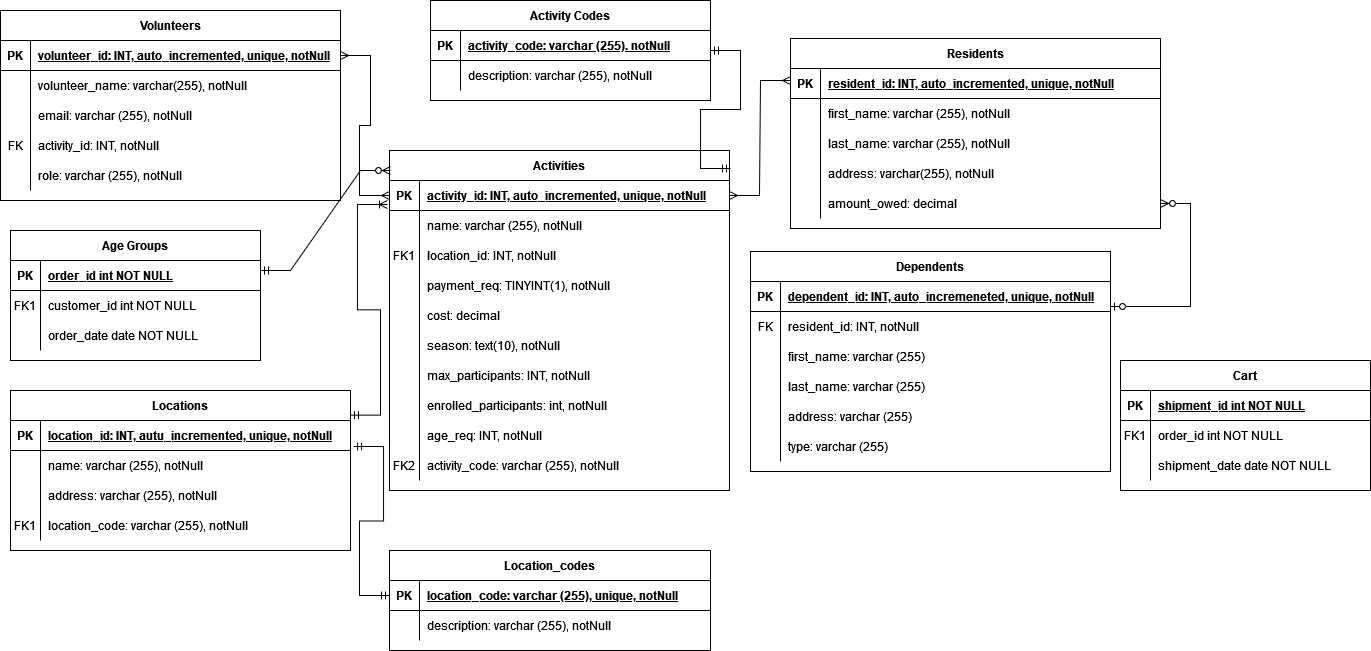
arse0039/340_db keeps this draw.io diagram as 340.drawio.png. Above is the earlier version. Source tidied: cells renumbered, new cells last; positions are measured from the earlier drawing's top-left corner, leaving out a move shared by most shapes.
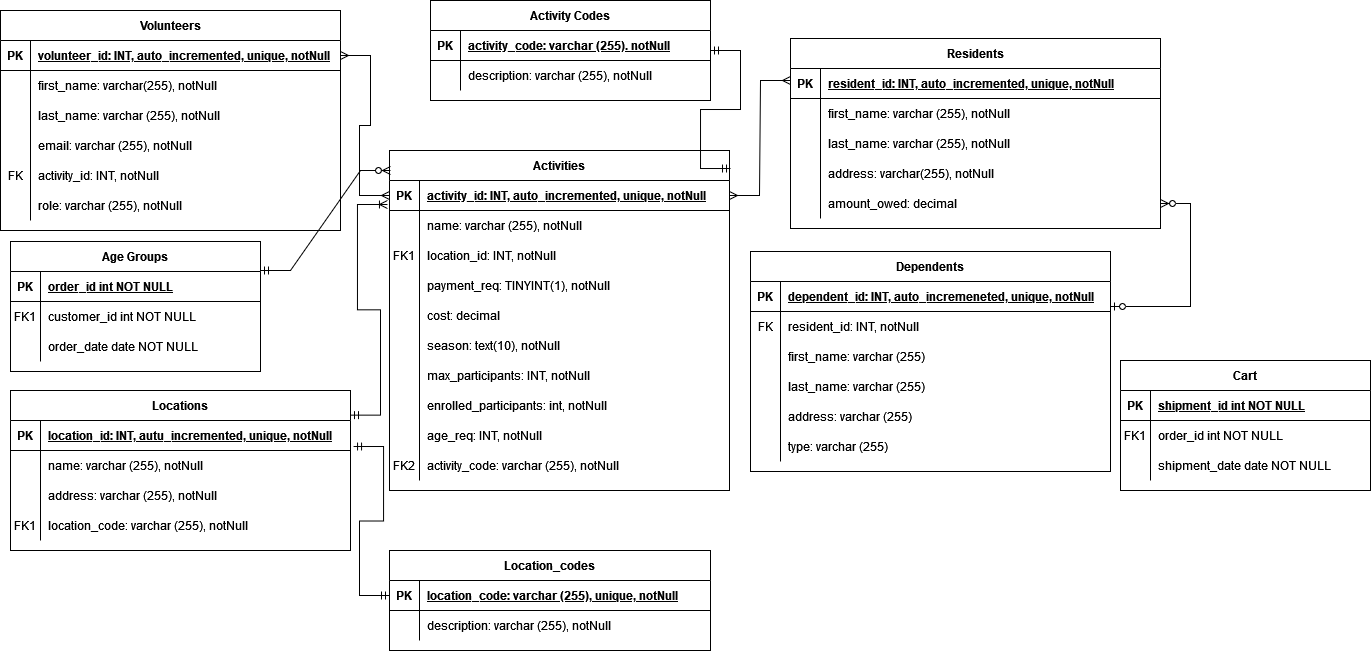
The same diagram one commit later.

Change to the diagram source:
```diff
@@ -42,7 +42,7 @@
       <mxGeometry x="30" width="310" height="30" as="geometry" />
     </mxCell>
     <mxCell id="15" value="Volunteers" style="shape=table;startSize=30;rowLines=0;fontStyle=1;align=center;" parent="1" vertex="1">
-      <mxGeometry y="10" width="340" height="190" as="geometry" />
+      <mxGeometry y="10" width="340" height="220" as="geometry" />
     </mxCell>
     <mxCell id="16" style="shape=partialRectangle;fillColor=none;points=[[0,0.5],[1,0.5]];portConstraint=eastwest;top=0;left=0;right=0;bottom=1;" parent="15" vertex="1">
       <mxGeometry y="30" width="340" height="30" as="geometry" />
@@ -59,11 +59,20 @@
     <mxCell id="20" style="shape=partialRectangle;overflow=hidden;fillColor=none;top=0;left=0;bottom=0;right=0;" parent="19" vertex="1">
       <mxGeometry width="30" height="30" as="geometry" />
     </mxCell>
-    <mxCell id="21" value="volunteer_name: varchar(255), notNull" style="shape=partialRectangle;overflow=hidden;fillColor=none;top=0;left=0;bottom=0;right=0;align=left;spacingLeft=6;" parent="19" vertex="1">
+    <mxCell id="21" value="first_name: varchar(255), notNull" style="shape=partialRectangle;overflow=hidden;fillColor=none;top=0;left=0;bottom=0;right=0;align=left;spacingLeft=6;" parent="19" vertex="1">
       <mxGeometry x="30" width="310" height="30" as="geometry" />
     </mxCell>
+    <mxCell id="138" style="shape=partialRectangle;fillColor=none;top=0;left=0;right=0;bottom=0;" parent="15" vertex="1">
+      <mxGeometry y="90" width="340" height="30" as="geometry" />
+    </mxCell>
+    <mxCell id="139" style="shape=partialRectangle;overflow=hidden;fillColor=none;top=0;left=0;bottom=0;right=0;" parent="138" vertex="1">
+      <mxGeometry width="30" height="30" as="geometry" />
+    </mxCell>
+    <mxCell id="140" value="last_name: varchar (255), notNull" style="shape=partialRectangle;overflow=hidden;fillColor=none;top=0;left=0;bottom=0;right=0;align=left;spacingLeft=6;" parent="138" vertex="1">
+      <mxGeometry x="30" width="310" height="30" as="geometry" />
+    </mxCell>
     <mxCell id="22" style="shape=partialRectangle;fillColor=none;top=0;left=0;right=0;bottom=0;" parent="15" vertex="1">
-      <mxGeometry y="90" width="340" height="30" as="geometry" />
+      <mxGeometry y="120" width="340" height="30" as="geometry" />
     </mxCell>
     <mxCell id="23" style="shape=partialRectangle;overflow=hidden;fillColor=none;top=0;left=0;bottom=0;right=0;" parent="22" vertex="1">
       <mxGeometry width="30" height="30" as="geometry" />
@@ -72,7 +81,7 @@
       <mxGeometry x="30" width="310" height="30" as="geometry" />
     </mxCell>
     <mxCell id="25" style="shape=partialRectangle;fillColor=none;top=0;left=0;right=0;bottom=0;" parent="15" vertex="1">
-      <mxGeometry y="120" width="340" height="30" as="geometry" />
+      <mxGeometry y="150" width="340" height="30" as="geometry" />
     </mxCell>
     <mxCell id="26" value="FK" style="shape=partialRectangle;overflow=hidden;fillColor=none;top=0;left=0;bottom=0;right=0;" parent="25" vertex="1">
       <mxGeometry width="30" height="30" as="geometry" />
@@ -81,7 +90,7 @@
       <mxGeometry x="30" width="310" height="30" as="geometry" />
     </mxCell>
     <mxCell id="28" style="shape=partialRectangle;fillColor=none;top=0;left=0;right=0;bottom=0;" parent="15" vertex="1">
-      <mxGeometry y="150" width="340" height="30" as="geometry" />
+      <mxGeometry y="180" width="340" height="30" as="geometry" />
     </mxCell>
     <mxCell id="29" style="shape=partialRectangle;overflow=hidden;fillColor=none;top=0;left=0;bottom=0;right=0;" parent="28" vertex="1">
       <mxGeometry width="30" height="30" as="geometry" />
@@ -90,7 +99,7 @@
       <mxGeometry x="30" width="310" height="30" as="geometry" />
     </mxCell>
     <mxCell id="31" value="Age Groups" style="shape=table;startSize=30;rowLines=0;fontStyle=1;align=center;" parent="1" vertex="1">
-      <mxGeometry x="10" y="230" width="250" height="130" as="geometry" />
+      <mxGeometry x="10" y="241" width="250" height="130" as="geometry" />
     </mxCell>
     <mxCell id="32" style="shape=partialRectangle;fillColor=none;top=0;left=0;right=0;bottom=1;" parent="31" vertex="1">
       <mxGeometry y="30" width="250" height="30" as="geometry" />
```
